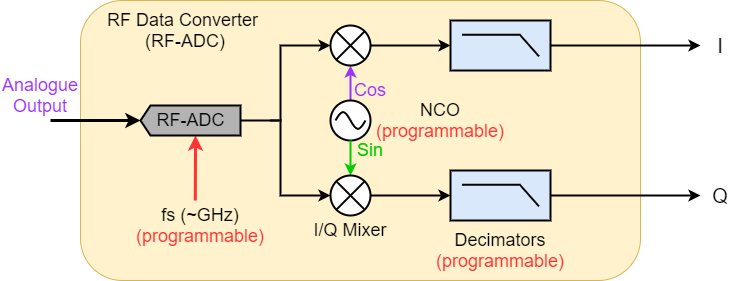
Above: notebooks/rfsoc_introduction/images/ADC_block.png in strath-sdr/rfsoc_studio (draw.io), before the change. Source tidied: cells renumbered, new cells last; positions are measured from the earlier drawing's top-left corner, leaving out a move shared by most shapes.
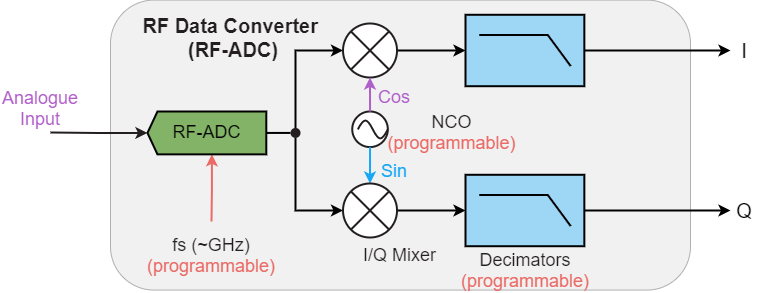
Above is the later version.

Change to the diagram source:
```diff
@@ -2,106 +2,103 @@
   <root>
     <mxCell id="0" />
     <mxCell id="1" parent="0" />
+    <mxCell id="27" value="&lt;font style=&quot;font-size: 18px&quot; color=&quot;#b05fc9&quot;&gt;Analogue Input&lt;/font&gt;" style="text;html=1;strokeColor=none;fillColor=none;align=center;verticalAlign=middle;whiteSpace=wrap;rounded=0;" parent="1" vertex="1">
+      <mxGeometry x="120" y="67.1" width="80" height="20" as="geometry" />
+    </mxCell>
-    <mxCell id="2" style="rounded=1;whiteSpace=wrap;html=1;strokeWidth=1;fillColor=#fff2cc;strokeColor=#d6b656;" parent="1" vertex="1">
-      <mxGeometry x="80" width="560" height="280" as="geometry" />
+    <mxCell id="2" style="rounded=1;whiteSpace=wrap;html=1;strokeWidth=1;fillColor=#F1F1F2;strokeColor=#B0B0B0;" parent="1" vertex="1">
+      <mxGeometry x="230" y="-31.4" width="580" height="290" as="geometry" />
     </mxCell>
-    <mxCell id="3" style="edgeStyle=orthogonalEdgeStyle;rounded=0;jettySize=auto;html=1;exitX=1;exitY=0.5;exitDx=0;exitDy=0;exitPerimeter=0;startArrow=none;startFill=0;endArrow=classic;endFill=1;strokeWidth=2;" parent="1" edge="1" source="4">
-      <mxGeometry relative="1" as="geometry">
-        <mxPoint x="700" y="45" as="targetPoint" />
-      </mxGeometry>
-    </mxCell>
+    <mxCell id="30" style="edgeStyle=orthogonalEdgeStyle;rounded=0;jettySize=auto;html=1;exitX=1;exitY=0.5;exitDx=0;exitDy=0;exitPerimeter=0;startArrow=none;startFill=0;endArrow=classic;endFill=1;strokeWidth=2;" parent="1" edge="1" source="4">
+      <mxGeometry relative="1" as="geometry">
+        <mxPoint x="850" y="19" as="targetPoint" />
+      </mxGeometry>
+    </mxCell>
-    <mxCell id="4" style="verticalLabelPosition=bottom;shadow=0;dashed=0;align=center;html=1;verticalAlign=top;shape=mxgraph.electrical.logic_gates.lowpass_filter;strokeWidth=2;fillColor=#dae8fc;" parent="1" vertex="1">
-      <mxGeometry x="450" y="20" width="100" height="50" as="geometry" />
+    <mxCell id="4" style="verticalLabelPosition=bottom;shadow=0;dashed=0;align=center;html=1;verticalAlign=top;shape=mxgraph.electrical.logic_gates.lowpass_filter;strokeWidth=2;fillColor=#9ED6F5;fontColor=#231F20;" parent="1" vertex="1">
+      <mxGeometry x="585" y="-16.7" width="118.8" height="71.4" as="geometry" />
     </mxCell>
-    <mxCell id="5" style="edgeStyle=orthogonalEdgeStyle;rounded=0;jettySize=auto;html=1;exitX=0.5;exitY=0;exitDx=0;exitDy=0;entryX=0.5;entryY=1;entryDx=0;entryDy=0;startArrow=none;startFill=0;endArrow=classic;endFill=1;strokeColor=#9933FF;strokeWidth=2;" parent="1" edge="1" source="6" target="8">
-      <mxGeometry relative="1" as="geometry" />
-    </mxCell>
-    <mxCell id="6" style="ellipse;whiteSpace=wrap;html=1;strokeWidth=2;" parent="1" vertex="1">
-      <mxGeometry x="330" y="100" width="40" height="40" as="geometry" />
+    <mxCell id="6" style="ellipse;whiteSpace=wrap;html=1;strokeWidth=2;strokeColor=#231F20;fontColor=#231F20;" parent="1" vertex="1">
+      <mxGeometry x="471.7" y="80" width="35.6" height="35.6" as="geometry" />
     </mxCell>
-    <mxCell id="7" style="edgeStyle=orthogonalEdgeStyle;rounded=0;jettySize=auto;html=1;exitX=1;exitY=0.5;exitDx=0;exitDy=0;startArrow=none;startFill=0;endArrow=classic;endFill=1;strokeWidth=2;" parent="1" edge="1" source="8" target="4">
-      <mxGeometry relative="1" as="geometry" />
+    <mxCell id="7" style="edgeStyle=orthogonalEdgeStyle;rounded=0;jettySize=auto;html=1;exitX=1;exitY=0.5;exitDx=0;exitDy=0;startArrow=none;startFill=0;endArrow=classic;endFill=1;strokeWidth=2;fontColor=#231F20;" parent="1" edge="1" source="8" target="4">
+      <mxGeometry x="160" y="160" as="geometry" />
     </mxCell>
+    <mxCell id="31" style="edgeStyle=orthogonalEdgeStyle;rounded=0;jettySize=auto;html=1;exitX=0;exitY=0.5;exitDx=0;exitDy=0;entryX=0.5;entryY=0;entryDx=0;entryDy=0;strokeWidth=2;startArrow=classic;startFill=1;endArrow=none;endFill=0;" parent="1" edge="1" source="8" target="35">
+      <mxGeometry relative="1" as="geometry" />
+    </mxCell>
-    <mxCell id="8" style="shape=sumEllipse;perimeter=ellipsePerimeter;whiteSpace=wrap;html=1;backgroundOutline=1;strokeWidth=2;" parent="1" vertex="1">
-      <mxGeometry x="330" y="25" width="40" height="40" as="geometry" />
+    <mxCell id="8" style="shape=sumEllipse;perimeter=ellipsePerimeter;whiteSpace=wrap;html=1;backgroundOutline=1;strokeWidth=2;strokeColor=#231F20;" parent="1" vertex="1">
+      <mxGeometry x="462.5" y="-8" width="54" height="54" as="geometry" />
     </mxCell>
+    <mxCell id="5" style="edgeStyle=orthogonalEdgeStyle;rounded=0;jettySize=auto;html=1;exitX=0.5;exitY=0;exitDx=0;exitDy=0;entryX=0.5;entryY=1;entryDx=0;entryDy=0;startArrow=none;startFill=0;endArrow=classic;endFill=1;strokeWidth=2;fontColor=#B05FC9;strokeColor=#B05FC9;" parent="1" edge="1" source="6" target="8">
+      <mxGeometry x="160" y="160" as="geometry" />
+    </mxCell>
-    <mxCell id="9" style="edgeStyle=orthogonalEdgeStyle;rounded=0;jettySize=auto;html=1;exitX=1;exitY=0.5;exitDx=0;exitDy=0;exitPerimeter=0;startArrow=none;startFill=0;endArrow=classic;endFill=1;strokeWidth=2;" parent="1" edge="1" source="10">
-      <mxGeometry relative="1" as="geometry">
-        <mxPoint x="700" y="195" as="targetPoint" />
+    <mxCell id="9" style="edgeStyle=orthogonalEdgeStyle;rounded=0;jettySize=auto;html=1;exitX=1;exitY=0.5;exitDx=0;exitDy=0;exitPerimeter=0;startArrow=none;startFill=0;endArrow=classic;endFill=1;strokeWidth=2;fontColor=#231F20;" parent="1" edge="1" source="10">
+      <mxGeometry x="160" y="160" as="geometry">
+        <mxPoint x="850" y="179" as="targetPoint" />
       </mxGeometry>
     </mxCell>
-    <mxCell id="10" style="verticalLabelPosition=bottom;shadow=0;dashed=0;align=center;html=1;verticalAlign=top;shape=mxgraph.electrical.logic_gates.lowpass_filter;strokeWidth=2;fillColor=#dae8fc;" parent="1" vertex="1">
-      <mxGeometry x="450" y="170" width="100" height="50" as="geometry" />
+    <mxCell id="10" style="verticalLabelPosition=bottom;shadow=0;dashed=0;align=center;html=1;verticalAlign=top;shape=mxgraph.electrical.logic_gates.lowpass_filter;strokeWidth=2;fillColor=#9ED6F5;fontColor=#231F20;" parent="1" vertex="1">
+      <mxGeometry x="585" y="143.3" width="118.8" height="71.4" as="geometry" />
     </mxCell>
-    <mxCell id="11" style="edgeStyle=orthogonalEdgeStyle;rounded=0;jettySize=auto;html=1;exitX=1;exitY=0.5;exitDx=0;exitDy=0;entryX=0;entryY=0.5;entryDx=0;entryDy=0;entryPerimeter=0;startArrow=none;startFill=0;endArrow=classic;endFill=1;strokeWidth=2;" parent="1" edge="1" source="14" target="10">
-      <mxGeometry relative="1" as="geometry" />
+    <mxCell id="11" style="edgeStyle=orthogonalEdgeStyle;rounded=0;jettySize=auto;html=1;exitX=1;exitY=0.5;exitDx=0;exitDy=0;entryX=0;entryY=0.5;entryDx=0;entryDy=0;entryPerimeter=0;startArrow=none;startFill=0;endArrow=classic;endFill=1;strokeWidth=2;fontColor=#231F20;" parent="1" edge="1" source="14" target="10">
+      <mxGeometry x="160" y="160" as="geometry" />
     </mxCell>
-    <mxCell id="12" style="edgeStyle=orthogonalEdgeStyle;rounded=0;jettySize=auto;html=1;exitX=0;exitY=0.5;exitDx=0;exitDy=0;startArrow=classic;startFill=1;endArrow=none;endFill=0;strokeWidth=2;" parent="1" edge="1" source="14">
-      <mxGeometry relative="1" as="geometry">
-        <mxPoint x="270" y="120" as="targetPoint" />
-        <Array as="points">
-          <mxPoint x="280" y="195" />
-          <mxPoint x="280" y="120" />
-        </Array>
-      </mxGeometry>
-    </mxCell>
-    <mxCell id="13" style="edgeStyle=orthogonalEdgeStyle;rounded=0;jettySize=auto;html=1;exitX=0.5;exitY=0;exitDx=0;exitDy=0;entryX=0.5;entryY=1;entryDx=0;entryDy=0;startArrow=classic;startFill=1;endArrow=none;endFill=0;strokeWidth=2;strokeColor=#00CC00;" parent="1" edge="1" source="14" target="6">
-      <mxGeometry relative="1" as="geometry" />
+    <mxCell id="13" style="edgeStyle=orthogonalEdgeStyle;rounded=0;jettySize=auto;html=1;exitX=0.5;exitY=0;exitDx=0;exitDy=0;entryX=0.5;entryY=1;entryDx=0;entryDy=0;startArrow=classic;startFill=1;endArrow=none;endFill=0;strokeWidth=2;fontColor=#16A7F5;strokeColor=#16A7F5;" parent="1" edge="1" source="14" target="6">
+      <mxGeometry x="160" y="160" as="geometry" />
     </mxCell>
+    <mxCell id="32" style="edgeStyle=orthogonalEdgeStyle;rounded=0;jettySize=auto;html=1;exitX=0;exitY=0.5;exitDx=0;exitDy=0;entryX=0.5;entryY=1;entryDx=0;entryDy=0;strokeWidth=2;startArrow=classic;startFill=1;endArrow=none;endFill=0;" parent="1" edge="1" source="14" target="35">
+      <mxGeometry relative="1" as="geometry" />
+    </mxCell>
-    <mxCell id="14" style="shape=sumEllipse;perimeter=ellipsePerimeter;whiteSpace=wrap;html=1;backgroundOutline=1;strokeWidth=2;" parent="1" vertex="1">
-      <mxGeometry x="330" y="175" width="40" height="40" as="geometry" />
+    <mxCell id="14" style="shape=sumEllipse;perimeter=ellipsePerimeter;whiteSpace=wrap;html=1;backgroundOutline=1;strokeWidth=2;strokeColor=#231F20;" parent="1" vertex="1">
+      <mxGeometry x="462.5" y="152" width="54" height="54" as="geometry" />
     </mxCell>
-    <mxCell id="15" style="edgeStyle=orthogonalEdgeStyle;rounded=0;jettySize=auto;html=1;exitX=1;exitY=0.5;exitDx=0;exitDy=0;exitPerimeter=0;entryX=0;entryY=0.5;entryDx=0;entryDy=0;startArrow=none;startFill=0;endArrow=classic;endFill=1;strokeWidth=2;" parent="1" edge="1" source="18" target="8">
-      <mxGeometry relative="1" as="geometry">
-        <Array as="points">
-          <mxPoint x="280" y="120" />
-          <mxPoint x="280" y="45" />
-        </Array>
-      </mxGeometry>
-    </mxCell>
-    <mxCell id="16" style="edgeStyle=orthogonalEdgeStyle;rounded=0;jettySize=auto;html=1;exitX=0;exitY=0;exitDx=45;exitDy=0;exitPerimeter=0;entryX=0.205;entryY=0.714;entryDx=0;entryDy=0;entryPerimeter=0;startArrow=classic;startFill=1;endArrow=none;endFill=0;strokeWidth=3;strokeColor=#FF3333;" parent="1" edge="1" source="18" target="2">
-      <mxGeometry relative="1" as="geometry" />
-    </mxCell>
-    <mxCell id="17" style="edgeStyle=orthogonalEdgeStyle;rounded=0;jettySize=auto;html=1;exitX=1;exitY=0.5;exitDx=0;exitDy=0;exitPerimeter=0;startArrow=classic;startFill=1;endArrow=none;endFill=0;strokeWidth=3;" parent="1" edge="1" source="18">
-      <mxGeometry relative="1" as="geometry">
-        <mxPoint x="50" y="120" as="targetPoint" />
+    <mxCell id="17" style="edgeStyle=orthogonalEdgeStyle;rounded=0;jettySize=auto;html=1;exitX=1;exitY=0.5;exitDx=0;exitDy=0;exitPerimeter=0;startArrow=classic;startFill=1;endArrow=none;endFill=0;strokeWidth=2;strokeColor=#231F20;fontColor=#231F20;" parent="1" edge="1" source="18">
+      <mxGeometry x="160" y="150" as="geometry">
+        <mxPoint x="170" y="101" as="targetPoint" />
       </mxGeometry>
     </mxCell>
+    <mxCell id="33" style="edgeStyle=orthogonalEdgeStyle;rounded=0;jettySize=auto;html=1;exitX=0;exitY=0;exitDx=54.42028985507246;exitDy=0;exitPerimeter=0;strokeWidth=2;fontColor=#231F20;startArrow=classic;startFill=1;endArrow=none;endFill=0;strokeColor=#EA6B66;" parent="1" edge="1" source="18">
+      <mxGeometry relative="1" as="geometry">
+        <mxPoint x="331" y="190" as="targetPoint" />
+      </mxGeometry>
+    </mxCell>
+    <mxCell id="34" style="edgeStyle=orthogonalEdgeStyle;rounded=0;jettySize=auto;html=1;exitX=0;exitY=0.5;exitDx=0;exitDy=0;exitPerimeter=0;entryX=0;entryY=0.5;entryDx=0;entryDy=0;strokeWidth=2;endArrow=none;endFill=0;" parent="1" edge="1" source="18" target="35">
+      <mxGeometry relative="1" as="geometry" />
+    </mxCell>
-    <mxCell id="18" value="&lt;font style=&quot;font-size: 18px&quot;&gt;RF-ADC&lt;/font&gt;" style="html=1;shadow=0;dashed=0;align=center;verticalAlign=middle;shape=mxgraph.arrows2.arrow;dy=0;dx=10;notch=0;strokeWidth=2;direction=west;fillColor=#B3B3B3;" parent="1" vertex="1">
-      <mxGeometry x="140" y="105" width="100" height="30" as="geometry" />
+    <mxCell id="18" value="&lt;font style=&quot;font-size: 18px&quot;&gt;RF-ADC&lt;/font&gt;" style="html=1;shadow=0;dashed=0;align=center;verticalAlign=middle;shape=mxgraph.arrows2.arrow;dy=0;dx=10;notch=0;strokeWidth=2;direction=west;fillColor=#82B366;" parent="1" vertex="1">
+      <mxGeometry x="267" y="80" width="118.8" height="42.9" as="geometry" />
     </mxCell>
     <mxCell id="19" value="&lt;font style=&quot;font-size: 20px&quot;&gt;I&lt;/font&gt;" style="text;html=1;strokeColor=none;fillColor=none;align=center;verticalAlign=middle;whiteSpace=wrap;rounded=0;" parent="1" vertex="1">
-      <mxGeometry x="700" y="35" width="40" height="20" as="geometry" />
+      <mxGeometry x="840" y="4.7" width="47.5" height="28.6" as="geometry" />
     </mxCell>
     <mxCell id="20" value="&lt;font style=&quot;font-size: 20px&quot;&gt;Q&lt;/font&gt;" style="text;html=1;strokeColor=none;fillColor=none;align=center;verticalAlign=middle;whiteSpace=wrap;rounded=0;" parent="1" vertex="1">
-      <mxGeometry x="700" y="185" width="40" height="20" as="geometry" />
+      <mxGeometry x="840" y="164.7" width="47.5" height="28.6" as="geometry" />
     </mxCell>
-    <mxCell id="21" value="&lt;font style=&quot;font-size: 18px&quot;&gt;NCO &lt;font color=&quot;#ff3333&quot;&gt;(programmable)&lt;/font&gt;&lt;/font&gt;" style="text;html=1;strokeColor=none;fillColor=none;align=center;verticalAlign=middle;whiteSpace=wrap;rounded=0;" parent="1" vertex="1">
-      <mxGeometry x="380" y="110" width="120" height="20" as="geometry" />
+    <mxCell id="21" value="&lt;font style=&quot;font-size: 18px&quot;&gt;&lt;font color=&quot;#231f20&quot;&gt;NCO&lt;/font&gt; &lt;font color=&quot;#ea6b66&quot;&gt;(programmable)&lt;/font&gt;&lt;/font&gt;" style="text;html=1;strokeColor=none;fillColor=none;align=center;verticalAlign=middle;whiteSpace=wrap;rounded=0;" parent="1" vertex="1">
+      <mxGeometry x="500" y="87.1" width="142.6" height="28.6" as="geometry" />
     </mxCell>
-    <mxCell id="22" value="&lt;font style=&quot;font-size: 18px&quot;&gt;Decimators&lt;br&gt;&lt;font color=&quot;#ff3333&quot;&gt;(programmable)&lt;/font&gt;&lt;/font&gt;" style="text;html=1;strokeColor=none;fillColor=none;align=center;verticalAlign=middle;whiteSpace=wrap;rounded=0;" parent="1" vertex="1">
-      <mxGeometry x="480" y="240" width="40" height="20" as="geometry" />
+    <mxCell id="22" value="&lt;font style=&quot;font-size: 18px&quot;&gt;&lt;font color=&quot;#231f20&quot;&gt;Decimators&lt;/font&gt;&lt;br&gt;&lt;font color=&quot;#ea6b66&quot;&gt;(programmable)&lt;/font&gt;&lt;/font&gt;" style="text;html=1;strokeColor=none;fillColor=none;align=center;verticalAlign=middle;whiteSpace=wrap;rounded=0;" parent="1" vertex="1">
+      <mxGeometry x="620.7" y="225.1" width="47.5" height="28.6" as="geometry" />
     </mxCell>
-    <mxCell id="23" value="&lt;font style=&quot;font-size: 18px&quot;&gt;I/Q Mixer&lt;/font&gt;" style="text;html=1;strokeColor=none;fillColor=none;align=center;verticalAlign=middle;whiteSpace=wrap;rounded=0;" parent="1" vertex="1">
-      <mxGeometry x="305" y="220" width="90" height="20" as="geometry" />
+    <mxCell id="23" value="&lt;font style=&quot;font-size: 18px&quot;&gt;I/Q Mixer&lt;/font&gt;" style="text;html=1;strokeColor=none;fillColor=none;align=center;verticalAlign=middle;whiteSpace=wrap;rounded=0;fontColor=#231F20;" parent="1" vertex="1">
+      <mxGeometry x="466.3" y="210" width="107" height="28.6" as="geometry" />
     </mxCell>
-    <mxCell id="24" value="&lt;font style=&quot;font-size: 18px&quot; color=&quot;#00cc00&quot;&gt;Sin&lt;/font&gt;" style="text;html=1;strokeColor=none;fillColor=none;align=center;verticalAlign=middle;whiteSpace=wrap;rounded=0;" parent="1" vertex="1">
-      <mxGeometry x="350" y="140" width="40" height="20" as="geometry" />
+    <mxCell id="24" value="&lt;font style=&quot;font-size: 18px&quot;&gt;Sin&lt;/font&gt;" style="text;html=1;fillColor=none;align=center;verticalAlign=middle;whiteSpace=wrap;rounded=0;fontColor=#16A7F5;" parent="1" vertex="1">
+      <mxGeometry x="490" y="125.7" width="47.5" height="28.6" as="geometry" />
     </mxCell>
-    <mxCell id="25" value="&lt;font style=&quot;font-size: 18px&quot;&gt;fs&lt;/font&gt;&lt;font style=&quot;font-size: 18px&quot; color=&quot;#ff3333&quot;&gt; &lt;/font&gt;&lt;font style=&quot;font-size: 18px&quot;&gt;(~GHz)&lt;br&gt;&lt;font color=&quot;#ff3333&quot;&gt;(programmable)&lt;/font&gt;&lt;/font&gt;" style="text;html=1;strokeColor=none;fillColor=none;align=center;verticalAlign=middle;whiteSpace=wrap;rounded=0;" parent="1" vertex="1">
-      <mxGeometry x="180" y="215" width="40" height="20" as="geometry" />
+    <mxCell id="25" value="&lt;font color=&quot;#231f20&quot;&gt;&lt;font style=&quot;font-size: 18px&quot;&gt;fs&lt;/font&gt;&lt;font style=&quot;font-size: 18px&quot;&gt; &lt;/font&gt;&lt;/font&gt;&lt;font style=&quot;font-size: 18px&quot;&gt;&lt;font color=&quot;#231f20&quot;&gt;(~GHz)&lt;/font&gt;&lt;br&gt;&lt;font color=&quot;#ea6b66&quot;&gt;(programmable)&lt;/font&gt;&lt;/font&gt;" style="text;html=1;strokeColor=none;fillColor=none;align=center;verticalAlign=middle;whiteSpace=wrap;rounded=0;" parent="1" vertex="1">
+      <mxGeometry x="302.6" y="194" width="56" height="59.7" as="geometry" />
     </mxCell>
-    <mxCell id="26" value="&lt;font style=&quot;font-size: 18px&quot;&gt;RF Data Converter&amp;nbsp;&lt;br&gt;(RF-ADC)&lt;/font&gt;" style="text;html=1;strokeColor=none;fillColor=none;align=center;verticalAlign=middle;whiteSpace=wrap;rounded=0;" parent="1" vertex="1">
-      <mxGeometry x="90" y="20" width="190" height="20" as="geometry" />
+    <mxCell id="26" value="&lt;font style=&quot;font-size: 20px&quot; color=&quot;#231f20&quot;&gt;&lt;b&gt;RF Data Converter&amp;nbsp;&lt;br&gt;(RF-ADC)&lt;/b&gt;&lt;/font&gt;" style="text;html=1;strokeColor=none;fillColor=none;align=center;verticalAlign=middle;whiteSpace=wrap;rounded=0;" parent="1" vertex="1">
+      <mxGeometry x="240.5" y="-8" width="225.8" height="28.6" as="geometry" />
     </mxCell>
-    <mxCell id="27" value="&lt;font style=&quot;font-size: 18px&quot; color=&quot;#9933ff&quot;&gt;Analogue Output&lt;/font&gt;" style="text;html=1;strokeColor=none;fillColor=none;align=center;verticalAlign=middle;whiteSpace=wrap;rounded=0;" parent="1" vertex="1">
-      <mxGeometry y="85" width="80" height="20" as="geometry" />
-    </mxCell>
-    <mxCell id="28" style="verticalLabelPosition=bottom;shadow=0;dashed=0;align=center;html=1;verticalAlign=top;shape=mxgraph.electrical.waveforms.sine_wave;strokeWidth=2;" parent="1" vertex="1">
-      <mxGeometry x="335" y="108.8" width="30" height="22.5" as="geometry" />
+    <mxCell id="28" style="verticalLabelPosition=bottom;shadow=0;dashed=0;align=center;html=1;verticalAlign=top;shape=mxgraph.electrical.waveforms.sine_wave;strokeWidth=2;strokeColor=#231F20;" parent="1" vertex="1">
+      <mxGeometry x="477.3" y="86" width="30" height="24" as="geometry" />
     </mxCell>
-    <mxCell id="29" value="&lt;font style=&quot;font-size: 18px&quot; color=&quot;#9933ff&quot;&gt;Cos&lt;/font&gt;" style="text;html=1;strokeColor=none;fillColor=none;align=center;verticalAlign=middle;whiteSpace=wrap;rounded=0;" parent="1" vertex="1">
-      <mxGeometry x="350" y="80" width="40" height="20" as="geometry" />
+    <mxCell id="29" value="&lt;font style=&quot;font-size: 18px&quot;&gt;Cos&lt;/font&gt;" style="text;html=1;strokeColor=none;fillColor=none;align=center;verticalAlign=middle;whiteSpace=wrap;rounded=0;fontColor=#B05FC9;" parent="1" vertex="1">
+      <mxGeometry x="490" y="51.4" width="47.5" height="28.6" as="geometry" />
     </mxCell>
+    <mxCell id="35" style="shape=ellipse;strokeColor=none;html=1;fillColor=#231F20;" parent="1" vertex="1">
+      <mxGeometry x="410" y="96.4" width="10" height="10" as="geometry" />
+    </mxCell>
   </root>
 </mxGraphModel>
```
